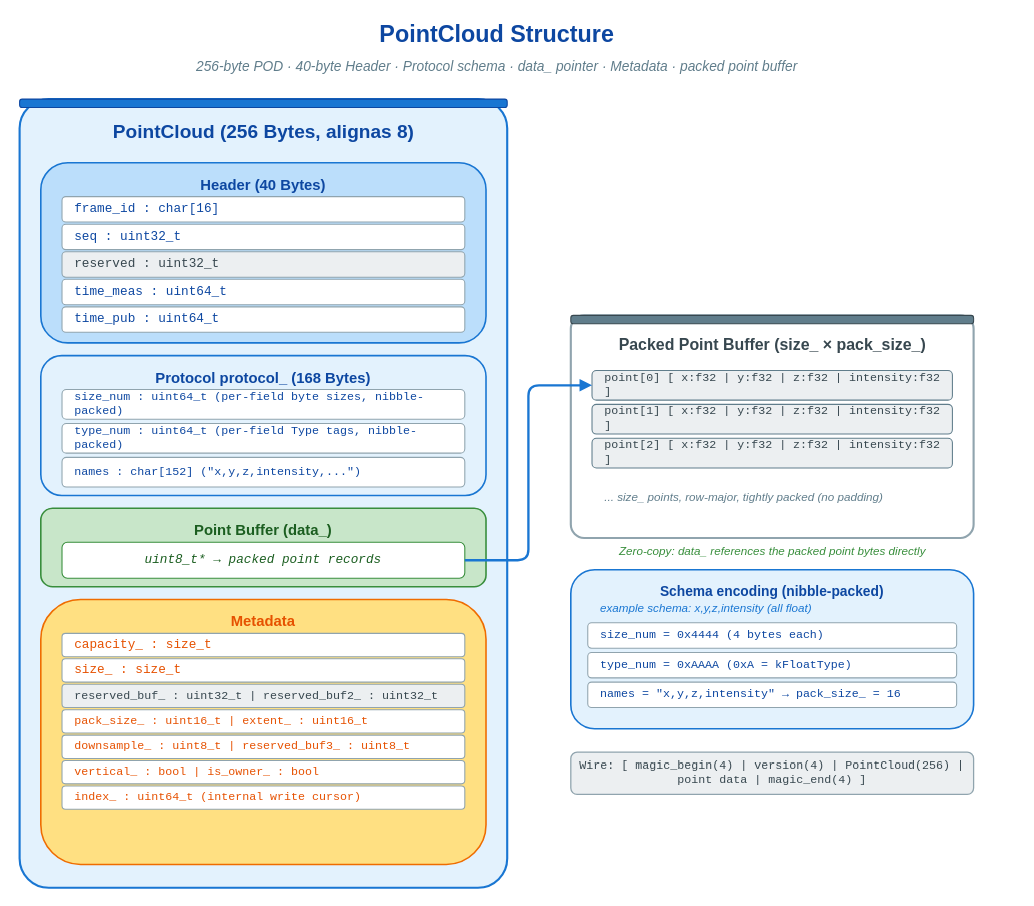
Before: doc/images/point-cloud-structure.drawio in thun-res/vlink, a draw.io diagram. Source tidied: cells renumbered, new cells numbered last; positions are measured from the earlier drawing's top-left corner, leaving out a move shared by most shapes. Both pictures are drawn from the tidied source at 106%, with x=0, y=0 at pixel (19, 18).
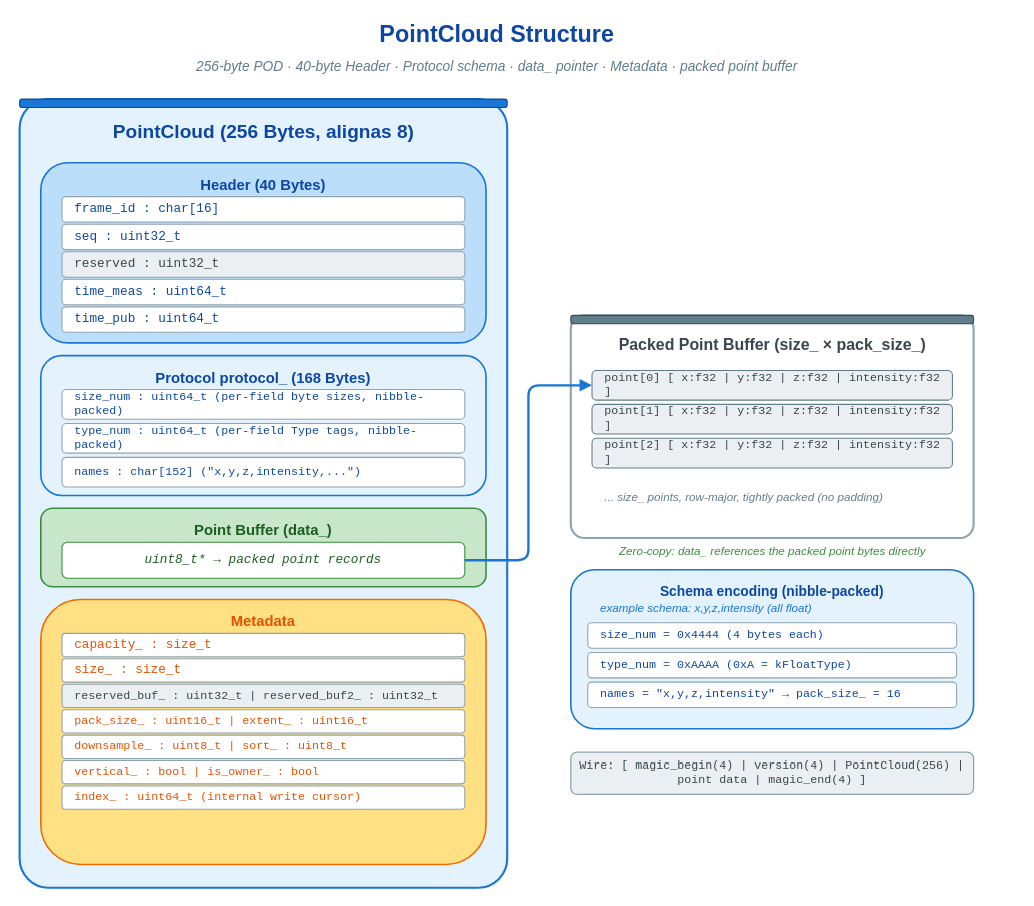
The same page after the edit.

What changed in the source:
```diff
@@
-    <mxCell id="24" value="downsample_ : uint8_t   |   reserved_buf3_ : uint8_t" style="rounded=1;whiteSpace=wrap;html=1;fillColor=#ffffff;strokeColor=#90a4ae;strokeWidth=1;fontFamily=Courier New;fontSize=11;fontColor=#e65100;align=left;spacingLeft=10;shadow=0;" parent="1" vertex="1">
+    <mxCell id="24" value="downsample_ : uint8_t   |   sort_ : uint8_t" style="rounded=1;whiteSpace=wrap;html=1;fillColor=#ffffff;strokeColor=#90a4ae;strokeWidth=1;fontFamily=Courier New;fontSize=11;fontColor=#e65100;align=left;spacingLeft=10;shadow=0;" parent="1" vertex="1">
       <mxGeometry x="40" y="676" width="380" height="22" as="geometry" />
     </mxCell>
```
